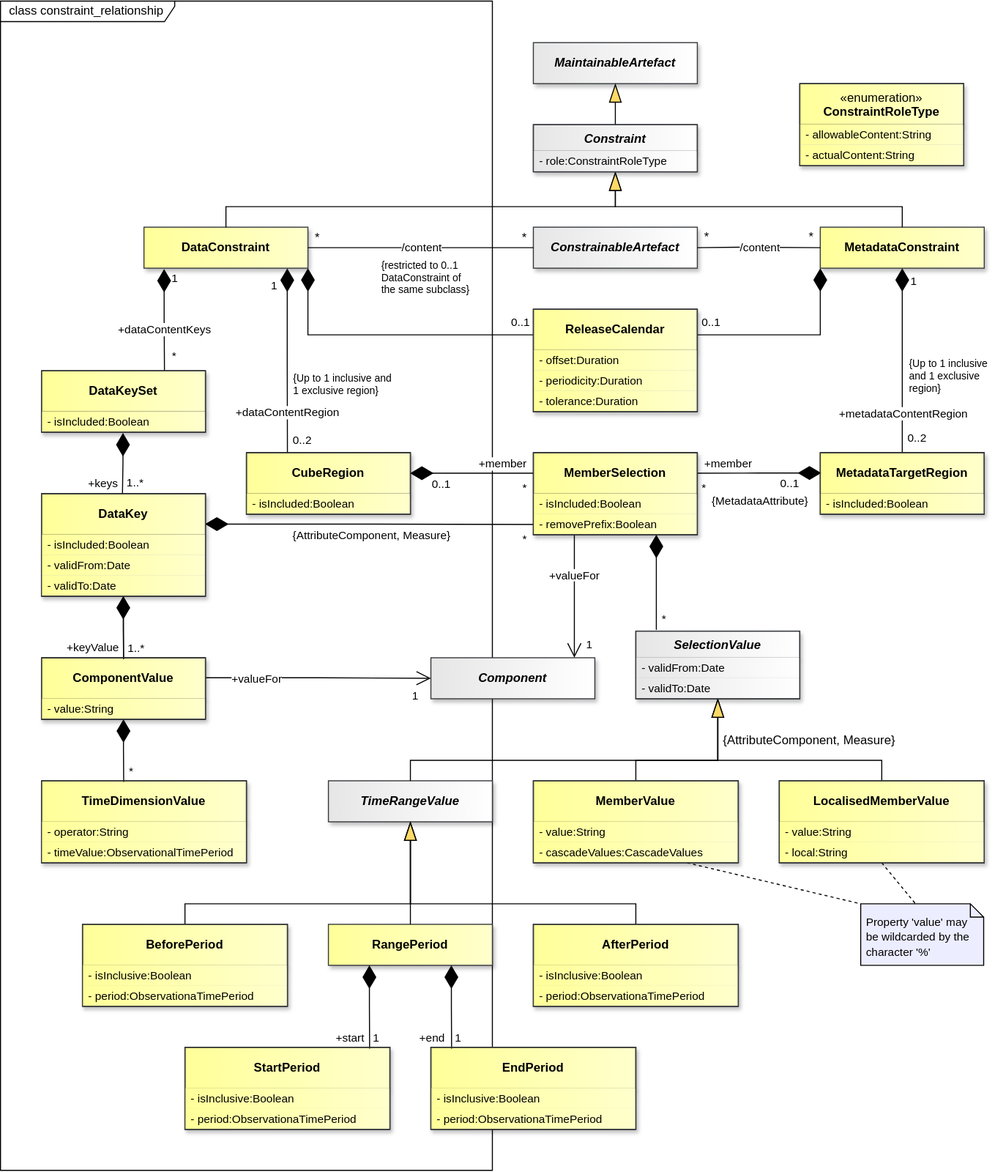
Above: docs/information_model/media/sdmx_registry-constraint_relationship.svg in sdmx-twg/sdmx-im (draw.io), before the change. Source tidied: cells renumbered, new cells last; positions are measured from the earlier drawing's top-left corner, leaving out a move shared by most shapes.
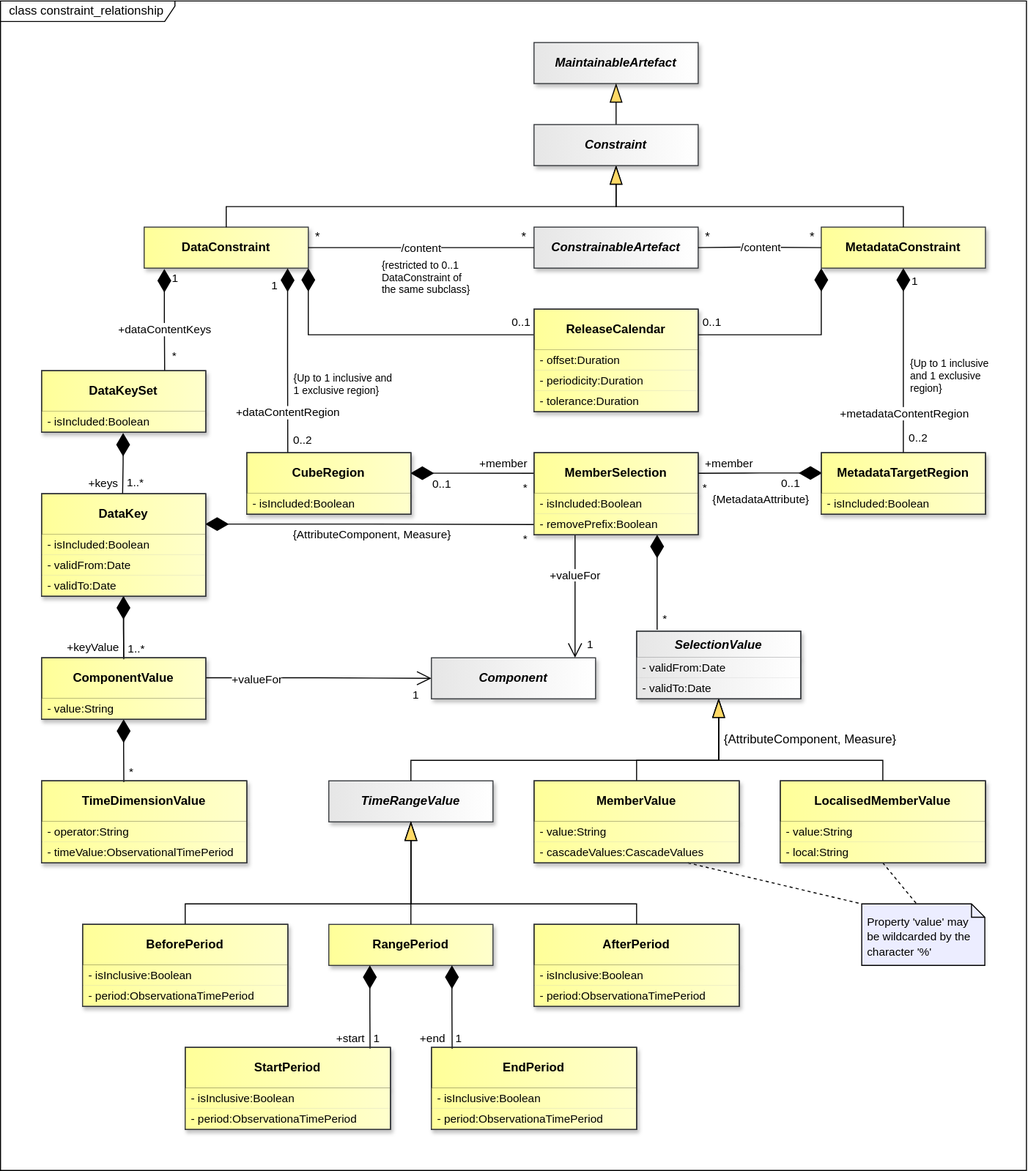
The same file after the commit.

Change to the diagram source:
```diff
@@ -129,7 +129,7 @@
       <mxGeometry relative="1" as="geometry" />
     </mxCell>
     <mxCell id="44" value="&amp;nbsp; class constraint_relationship" style="shape=umlFrame;whiteSpace=wrap;html=1;fillColor=light-dark(#FFFFFF,#121212);swimlaneFillColor=light-dark(#FFFFFF,#121212);width=170;height=20;align=left;" parent="1" vertex="1">
-      <mxGeometry y="-0.5" width="480" height="1140.5" as="geometry" />
+      <mxGeometry y="-0.5" width="1000" height="1140.5" as="geometry" />
     </mxCell>
     <mxCell id="45" value="MaintainableArtefact" style="whiteSpace=wrap;html=1;verticalAlign=middle;gradientDirection=east;imageVerticalAlign=top;fontStyle=3;fillColor=light-dark(#E6E6E6,#E6E6E6);strokeColor=#36393d;fontColor=light-dark(#000000,#000000);gradientColor=light-dark(#FFFFFF,#FFFFFF);shadow=1;" parent="1" vertex="1">
       <mxGeometry x="520" y="40" width="160" height="40" as="geometry" />
@@ -147,7 +147,7 @@
       <mxGeometry x="520" y="220" width="160" height="40" as="geometry" />
     </mxCell>
     <mxCell id="50" style="endArrow=blockThin;endSize=16;endFill=1;html=1;rounded=0;entryX=0.5;entryY=1;entryDx=0;entryDy=0;startFill=0;endFillColor=light-dark(#FFD966,#FFD966);strokeColor=light-dark(#000000,#FFFFFF);startFillColor=light-dark(#000000,#FFFFFF);labelBackgroundColor=none;labelBorderColor=light-dark(#000000,#FFFFFF);exitX=0.5;exitY=0;exitDx=0;exitDy=0;" parent="1" edge="1" source="47" target="80">
-      <mxGeometry x="-0.43" relative="1" as="geometry">
+      <mxGeometry x="-0.44" relative="1" as="geometry">
         <Array as="points">
           <mxPoint x="220" y="200" />
           <mxPoint x="600" y="200" />
@@ -155,7 +155,7 @@
       </mxGeometry>
     </mxCell>
     <mxCell id="51" style="endArrow=blockThin;endSize=16;endFill=1;html=1;rounded=0;entryX=0.5;entryY=1;entryDx=0;entryDy=0;startFill=0;endFillColor=light-dark(#FFD966,#FFD966);strokeColor=light-dark(#000000,#FFFFFF);startFillColor=light-dark(#000000,#FFFFFF);labelBackgroundColor=none;labelBorderColor=light-dark(#000000,#FFFFFF);exitX=0.5;exitY=0;exitDx=0;exitDy=0;" parent="1" edge="1" source="48" target="80">
-      <mxGeometry x="-0.31" relative="1" as="geometry">
+      <mxGeometry x="-0.32" relative="1" as="geometry">
         <Array as="points">
           <mxPoint x="880" y="200" />
           <mxPoint x="600" y="200" />
@@ -284,21 +284,6 @@
     <mxCell id="79" value="&lt;font&gt;{Up to 1 inclusive and 1 exclusive region}&lt;/font&gt;" style="text;html=1;whiteSpace=wrap;strokeColor=none;fillColor=none;align=left;verticalAlign=middle;rounded=0;fontSize=10;" parent="1" vertex="1">
       <mxGeometry x="284" y="358" width="101" height="30" as="geometry" />
     </mxCell>
-    <mxCell id="80" value="Constraint" style="swimlane;fontStyle=3;align=center;verticalAlign=top;horizontal=1;startSize=26;whiteSpace=wrap;html=1;strokeColor=#36393d;fontFamily=Helvetica;fontSize=12;fillColor=light-dark(#E6E6E6,#E6E6E6);gradientDirection=east;gradientColor=light-dark(#FFFFFF,#FFFFFF);fontColor=light-dark(#000000,#000000);shadow=1;" parent="1" vertex="1">
-      <mxGeometry x="520" y="120" width="160" height="46" as="geometry" />
-    </mxCell>
-    <mxCell id="81" value="- role:ConstraintRoleType" style="text;strokeColor=none;fillColor=light-dark(#E6E6E6,#E6E6E6);align=left;verticalAlign=middle;spacingLeft=4;spacingRight=4;overflow=hidden;whiteSpace=wrap;html=1;fontFamily=Helvetica;fontSize=11;fontColor=light-dark(#000000,#000000);fontStyle=0;gradientColor=light-dark(#FFFFFF,#FFFFFF);gradientDirection=east;shadow=1;" parent="80" vertex="1">
-      <mxGeometry y="26" width="160" height="20" as="geometry" />
-    </mxCell>
-    <mxCell id="82" value="&lt;span style=&quot;font-weight: normal;&quot;&gt;«enumeration»&lt;/span&gt;&lt;br&gt;ConstraintRoleType" style="swimlane;fontStyle=1;align=center;verticalAlign=top;horizontal=1;startSize=40;whiteSpace=wrap;html=1;fillColor=light-dark(#FFFF99,#FFFF99);strokeColor=light-dark(#000000,#000000);gradientDirection=east;swimlaneLine=1;fontColor=light-dark(#000000,#000000);labelBackgroundColor=none;textShadow=0;gradientColor=light-dark(#FFFFCC,#FFFFCC);shadow=1;" parent="1" vertex="1">
-      <mxGeometry x="780" y="80" width="160" height="80" as="geometry" />
-    </mxCell>
-    <mxCell id="83" value="- allowableContent:String" style="text;strokeColor=none;fillColor=light-dark(#FFFF99,#FFFF99);align=left;verticalAlign=middle;spacingLeft=4;spacingRight=4;overflow=hidden;whiteSpace=wrap;html=1;fontFamily=Helvetica;fontSize=11;fontColor=light-dark(#000000,#000000);gradientColor=light-dark(#FFFFCC,#FFFFCC);gradientDirection=east;shadow=1;" parent="82" vertex="1">
-      <mxGeometry y="40" width="160" height="20" as="geometry" />
-    </mxCell>
-    <mxCell id="84" value="- actualContent:String" style="text;strokeColor=none;fillColor=light-dark(#FFFF99,#FFFF99);align=left;verticalAlign=middle;spacingLeft=4;spacingRight=4;overflow=hidden;whiteSpace=wrap;html=1;fontFamily=Helvetica;fontSize=11;fontColor=light-dark(#000000,#000000);gradientColor=light-dark(#FFFFCC,#FFFFCC);gradientDirection=east;shadow=1;" parent="82" vertex="1">
-      <mxGeometry y="60" width="160" height="20" as="geometry" />
-    </mxCell>
     <mxCell id="85" value="ReleaseCalendar" style="swimlane;fontStyle=1;align=center;verticalAlign=middle;horizontal=1;startSize=40;whiteSpace=wrap;html=1;fillColor=light-dark(#FFFF99,#FFFF99);strokeColor=light-dark(#000000,#000000);gradientDirection=east;swimlaneLine=1;fontColor=light-dark(#000000,#000000);labelBackgroundColor=none;textShadow=0;gradientColor=light-dark(#FFFFCC,#FFFFCC);shadow=1;" parent="1" vertex="1">
       <mxGeometry x="520" y="300" width="160" height="100" as="geometry" />
     </mxCell>
@@ -643,12 +628,6 @@
         <mxPoint x="-20" y="48" as="offset" />
       </mxGeometry>
     </mxCell>
-    <mxCell id="174" style="rounded=0;whiteSpace=wrap;html=1;fillColor=none;strokeColor=#36393D;" parent="1" vertex="1">
-      <mxGeometry x="780" y="80" width="160" height="80" as="geometry" />
-    </mxCell>
-    <mxCell id="175" style="rounded=0;whiteSpace=wrap;html=1;fillColor=none;strokeColor=#36393D;" parent="1" vertex="1">
-      <mxGeometry x="520" y="120" width="160" height="46" as="geometry" />
-    </mxCell>
     <mxCell id="176" style="rounded=0;whiteSpace=wrap;html=1;fillColor=none;strokeColor=#36393D;" parent="1" vertex="1">
       <mxGeometry x="520" y="300" width="160" height="100" as="geometry" />
     </mxCell>
@@ -694,5 +673,8 @@
     <mxCell id="190" style="rounded=0;whiteSpace=wrap;html=1;fillColor=none;strokeColor=#36393D;" parent="1" vertex="1">
       <mxGeometry x="420" y="1020" width="200" height="80" as="geometry" />
     </mxCell>
+    <mxCell id="80" value="Constraint" style="whiteSpace=wrap;html=1;verticalAlign=middle;gradientDirection=east;imageVerticalAlign=top;fontStyle=3;fillColor=light-dark(#E6E6E6,#E6E6E6);strokeColor=#36393d;fontColor=light-dark(#000000,#000000);gradientColor=light-dark(#FFFFFF,#FFFFFF);shadow=1;" parent="1" vertex="1">
+      <mxGeometry x="520" y="120" width="160" height="40" as="geometry" />
+    </mxCell>
   </root>
 </mxGraphModel>
```
